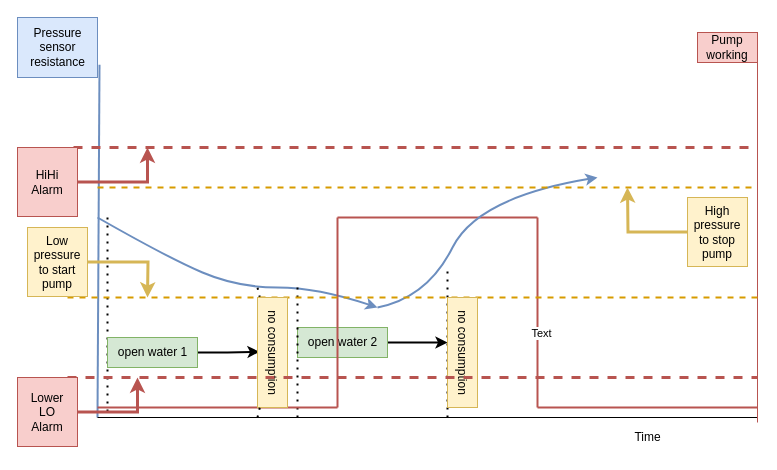
megavad/Diagrams keeps this draw.io diagram as PumpDriver.drawio. Above is the earlier version. Source tidied: cells renumbered, new cells numbered last; positions are measured from the earlier drawing's top-left corner, leaving out a move shared by most shapes. Both pictures are drawn from the tidied source at 100%, with x=0, y=0 at pixel (17, 17).
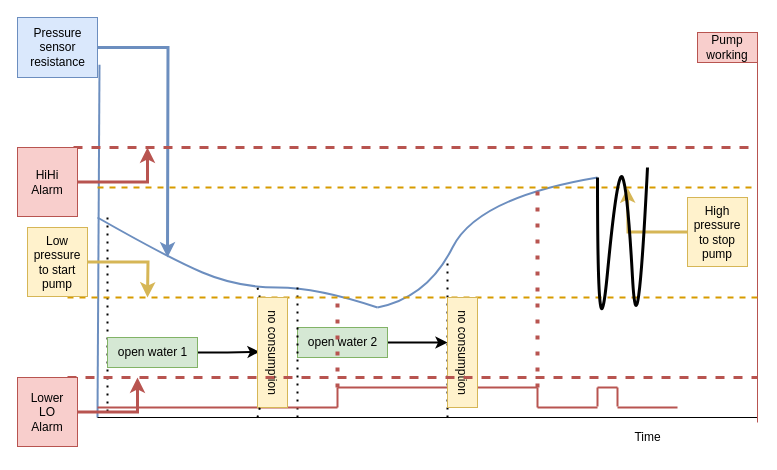
The same diagram, later.

Unchanged cells that the change refers to:
```xml
<mxCell id="3" value="Pressure&lt;br&gt;sensor&lt;br&gt;resistance" style="text;html=1;align=center;verticalAlign=middle;points=[];strokeColor=#6c8ebf;fillColor=#dae8fc;" parent="1" vertex="1">
  <mxGeometry width="80" height="60" as="geometry" />
</mxCell>
```

The edit, as a diff of the source:
```diff
@@
+    <mxCell id="39" style="edgeStyle=orthogonalEdgeStyle;rounded=0;jettySize=auto;html=1;strokeWidth=3;fillColor=#dae8fc;strokeColor=#6c8ebf;" parent="1" edge="1" source="3">
+      <mxGeometry relative="1" as="geometry">
+        <mxPoint x="150" y="240" as="targetPoint" />
+      </mxGeometry>
+    </mxCell>
@@
-    <mxCell id="8" style="curved=1;endArrow=classic;html=1;rounded=0;strokeWidth=2;fillColor=#dae8fc;strokeColor=#6c8ebf;" parent="1" edge="1">
+    <mxCell id="8" style="endArrow=none;html=1;strokeWidth=2;fillColor=#dae8fc;strokeColor=#6c8ebf;curved=1;endFill=0;" parent="1" edge="1">
       <mxGeometry relative="1" as="geometry">
         <mxPoint x="80" y="200" as="sourcePoint" />
         <mxPoint x="360" y="290" as="targetPoint" />
         <Array as="points">
           <mxPoint x="150" y="240" />
           <mxPoint x="220" y="270" />
           <mxPoint x="300" y="270" />
         </Array>
       </mxGeometry>
     </mxCell>
@@
     <mxCell id="16" style="endArrow=none;dashed=1;html=1;dashPattern=1 3;strokeWidth=2;rounded=0;" parent="1" edge="1">
       <mxGeometry relative="1" as="geometry">
         <mxPoint x="430" y="400" as="sourcePoint" />
-        <mxPoint x="430" y="250" as="targetPoint" />
+        <mxPoint x="430" y="240" as="targetPoint" />
       </mxGeometry>
     </mxCell>
@@
     <mxCell id="18" style="endArrow=none;html=1;rounded=0;strokeWidth=2;fillColor=#f8cecc;strokeColor=#b85450;" parent="1" edge="1">
       <mxGeometry relative="1" as="geometry">
         <mxPoint x="320" y="390" as="sourcePoint" />
-        <mxPoint x="320" y="200" as="targetPoint" />
+        <mxPoint x="320" y="370" as="targetPoint" />
       </mxGeometry>
     </mxCell>
     <mxCell id="19" style="endArrow=none;html=1;rounded=0;strokeWidth=2;fillColor=#f8cecc;strokeColor=#b85450;" parent="1" edge="1">
       <mxGeometry relative="1" as="geometry">
-        <mxPoint x="520" y="200" as="sourcePoint" />
-        <mxPoint x="320" y="200" as="targetPoint" />
+        <mxPoint x="520" y="370" as="sourcePoint" />
+        <mxPoint x="320" y="370" as="targetPoint" />
+        <Array as="points">
+          <mxPoint x="420" y="370" />
+        </Array>
       </mxGeometry>
     </mxCell>
-    <mxCell id="20" style="curved=1;endArrow=classic;html=1;rounded=0;strokeWidth=2;fillColor=#dae8fc;strokeColor=#6c8ebf;" parent="1" edge="1">
+    <mxCell id="20" style="curved=1;endArrow=none;html=1;rounded=0;strokeWidth=2;fillColor=#dae8fc;strokeColor=#6c8ebf;endFill=0;" parent="1" edge="1">
       <mxGeometry relative="1" as="geometry">
         <mxPoint x="360" y="290" as="sourcePoint" />
         <mxPoint x="580" y="160" as="targetPoint" />
         <Array as="points">
           <mxPoint x="410" y="280" />
           <mxPoint x="460" y="180" />
         </Array>
       </mxGeometry>
     </mxCell>
     <mxCell id="21" style="endArrow=none;html=1;rounded=0;strokeWidth=2;fillColor=#f8cecc;strokeColor=#b85450;" parent="1" edge="1">
       <mxGeometry relative="1" as="geometry">
-        <mxPoint x="520" y="200" as="sourcePoint" />
+        <mxPoint x="520" y="370" as="sourcePoint" />
         <mxPoint x="520" y="390" as="targetPoint" />
       </mxGeometry>
     </mxCell>
-    <mxCell id="22" value="Text" style="edgeLabel;html=1;align=center;verticalAlign=middle;" parent="21" vertex="1">
-      <mxGeometry x="0.21" y="3" relative="1" as="geometry" />
-    </mxCell>
@@
     <mxCell id="24" style="endArrow=none;html=1;rounded=0;strokeWidth=2;fillColor=#f8cecc;strokeColor=#b85450;" parent="1" edge="1">
       <mxGeometry relative="1" as="geometry">
         <mxPoint x="520" y="390" as="sourcePoint" />
-        <mxPoint x="740" y="390" as="targetPoint" />
+        <mxPoint x="580" y="390" as="targetPoint" />
       </mxGeometry>
     </mxCell>
@@
+    <mxCell id="40" style="endArrow=none;html=1;rounded=0;strokeWidth=2;fillColor=#f8cecc;strokeColor=#b85450;" parent="1" edge="1">
+      <mxGeometry relative="1" as="geometry">
+        <mxPoint x="580" y="370" as="sourcePoint" />
+        <mxPoint x="580" y="389" as="targetPoint" />
+      </mxGeometry>
+    </mxCell>
+    <mxCell id="41" style="endArrow=none;html=1;rounded=0;strokeWidth=2;fillColor=#f8cecc;strokeColor=#b85450;" parent="1" edge="1">
+      <mxGeometry relative="1" as="geometry">
+        <mxPoint x="600" y="370" as="sourcePoint" />
+        <mxPoint x="600" y="389" as="targetPoint" />
+      </mxGeometry>
+    </mxCell>
+    <mxCell id="42" style="curved=1;endArrow=none;html=1;strokeColor=default;strokeWidth=3;endFill=0;" parent="1" edge="1">
+      <mxGeometry relative="1" as="geometry">
+        <mxPoint x="580" y="160" as="sourcePoint" />
+        <mxPoint x="630" y="150" as="targetPoint" />
+        <Array as="points">
+          <mxPoint x="580" y="360" />
+          <mxPoint x="600" y="150" />
+          <mxPoint x="610" y="170" />
+          <mxPoint x="620" y="350" />
+        </Array>
+      </mxGeometry>
+    </mxCell>
+    <mxCell id="43" style="endArrow=none;html=1;rounded=0;strokeWidth=2;fillColor=#f8cecc;strokeColor=#b85450;" parent="1" edge="1">
+      <mxGeometry relative="1" as="geometry">
+        <mxPoint x="600" y="370" as="sourcePoint" />
+        <mxPoint x="580" y="370" as="targetPoint" />
+      </mxGeometry>
+    </mxCell>
+    <mxCell id="44" style="endArrow=none;html=1;rounded=0;strokeWidth=2;fillColor=#f8cecc;strokeColor=#b85450;" parent="1" edge="1">
+      <mxGeometry relative="1" as="geometry">
+        <mxPoint x="600" y="390" as="sourcePoint" />
+        <mxPoint x="660" y="390" as="targetPoint" />
+      </mxGeometry>
+    </mxCell>
+    <mxCell id="45" style="endArrow=none;dashed=1;html=1;dashPattern=1 3;strokeWidth=4;rounded=0;fillColor=#f8cecc;strokeColor=#b85450;" parent="1" edge="1">
+      <mxGeometry relative="1" as="geometry">
+        <mxPoint x="520" y="370" as="sourcePoint" />
+        <mxPoint x="520" y="170" as="targetPoint" />
+      </mxGeometry>
+    </mxCell>
+    <mxCell id="46" style="endArrow=none;dashed=1;html=1;dashPattern=1 3;strokeWidth=4;rounded=0;fillColor=#f8cecc;strokeColor=#b85450;" parent="1" edge="1">
+      <mxGeometry relative="1" as="geometry">
+        <mxPoint x="320" y="370" as="sourcePoint" />
+        <mxPoint x="320" y="280" as="targetPoint" />
+      </mxGeometry>
+    </mxCell>
```
